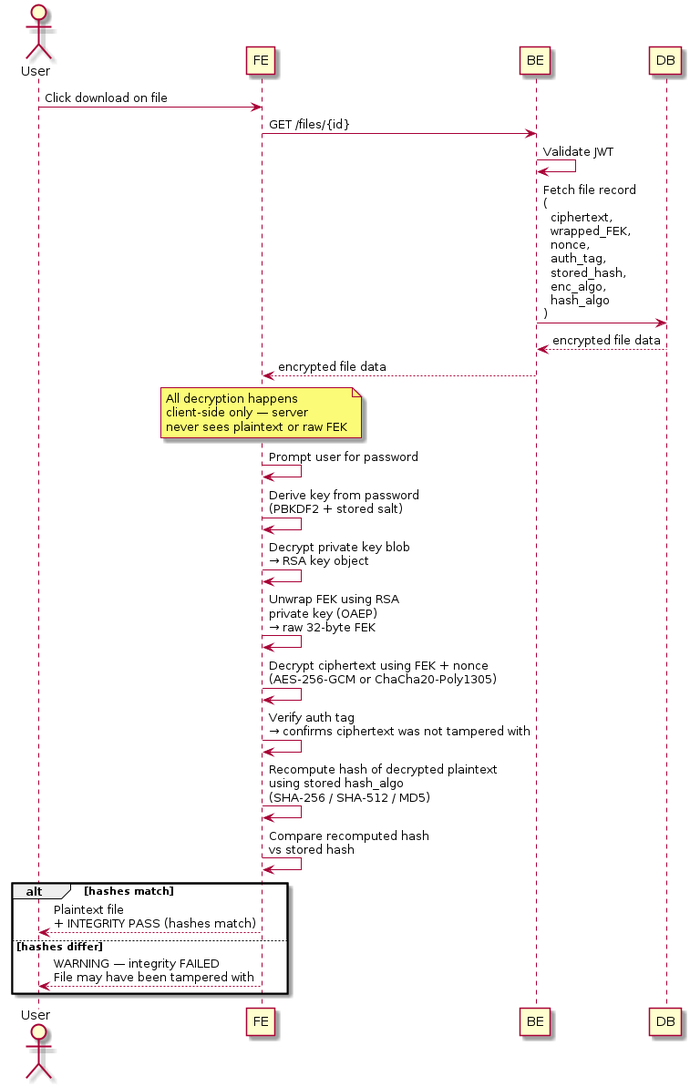
Above: docs/img/us-4-file-download.png in codedsami/SOEN-321-Project (PlantUML), before the change. Its source is kept beside it as docs/plantuml/us-4-file-download.puml.
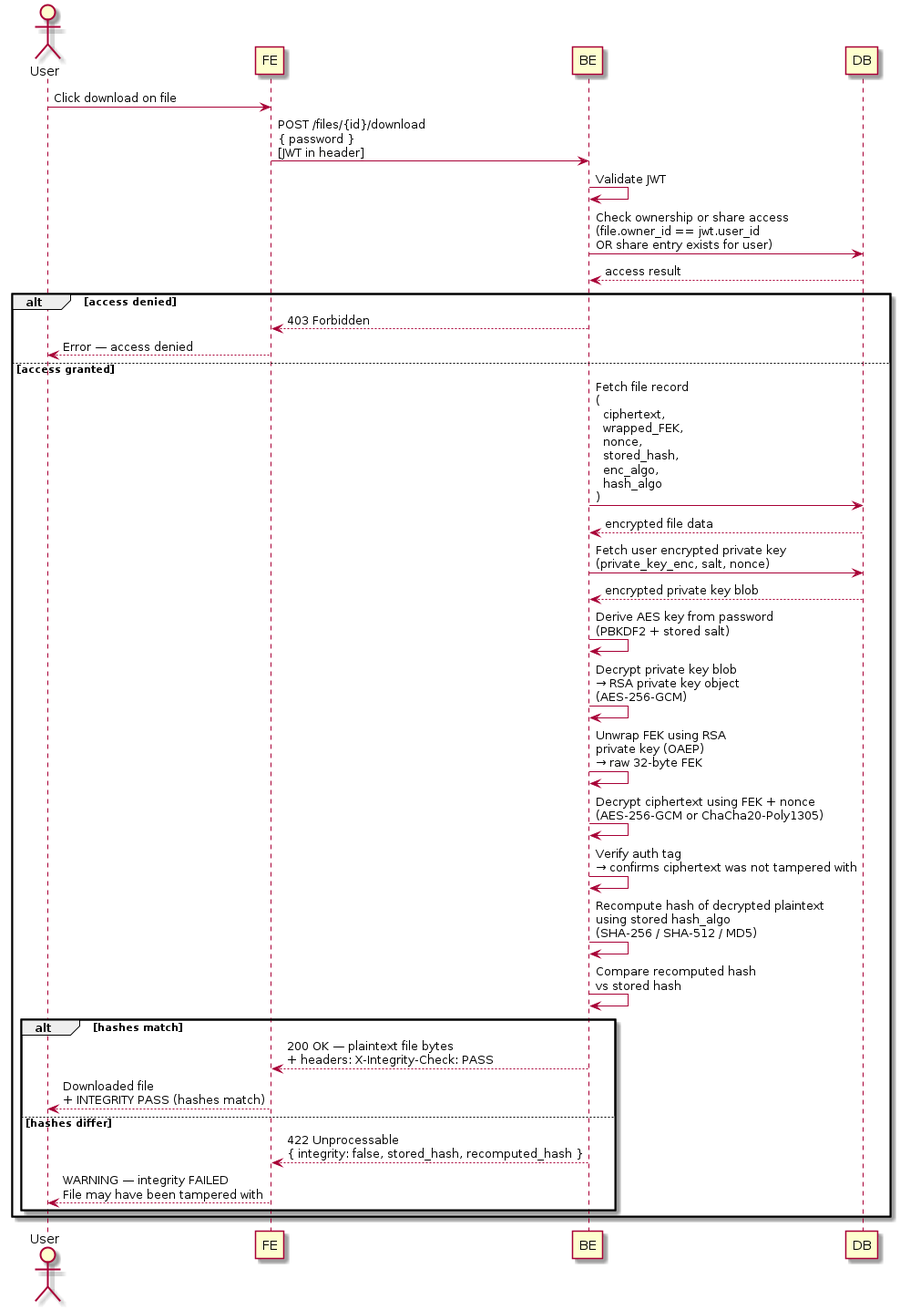
After the commit.

Change to the diagram source:
```diff
@@ -6,27 +6,42 @@
 
 User -> FE : Click download on file
 
-FE -> BE : GET /files/{id}
+FE -> BE : POST /files/{id}/download\n{ password }\n[JWT in header]
+
 BE -> BE : Validate JWT
-BE -> DB : Fetch file record\n(\n  ciphertext,\n  wrapped_FEK,\n  nonce,\n  auth_tag,\n  stored_hash,\n  enc_algo,\n  hash_algo\n)
-DB --> BE : encrypted file data
-BE --> FE : encrypted file data
 
-note over FE : All decryption happens\nclient-side only — server\nnever sees plaintext or raw FEK
+BE -> DB : Check ownership or share access\n(file.owner_id == jwt.user_id\nOR share entry exists for user)
+DB --> BE : access result
 
-FE -> FE : Prompt user for password
-FE -> FE : Derive key from password\n(PBKDF2 + stored salt)
-FE -> FE : Decrypt private key blob\n→ RSA key object
-FE -> FE : Unwrap FEK using RSA\nprivate key (OAEP)\n→ raw 32-byte FEK
-FE -> FE : Decrypt ciphertext using FEK + nonce\n(AES-256-GCM or ChaCha20-Poly1305)
-FE -> FE : Verify auth tag\n→ confirms ciphertext was not tampered with
+alt access denied
+    BE --> FE : 403 Forbidden
+    FE --> User : Error — access denied
+else access granted
 
-FE -> FE : Recompute hash of decrypted plaintext\nusing stored hash_algo\n(SHA-256 / SHA-512 / MD5)
-FE -> FE : Compare recomputed hash\nvs stored hash
+    BE -> DB : Fetch file record\n(\n  ciphertext,\n  wrapped_FEK,\n  nonce,\n  stored_hash,\n  enc_algo,\n  hash_algo\n)
+    DB --> BE : encrypted file data
 
-alt hashes match
-    FE --> User : Plaintext file\n+ INTEGRITY PASS (hashes match)
-else hashes differ
-    FE --> User : WARNING — integrity FAILED\nFile may have been tampered with
+    BE -> DB : Fetch user encrypted private key\n(private_key_enc, salt, nonce)
+    DB --> BE : encrypted private key blob
+
+    BE -> BE : Derive AES key from password\n(PBKDF2 + stored salt)
+    BE -> BE : Decrypt private key blob\n→ RSA private key object\n(AES-256-GCM)
+
+    BE -> BE : Unwrap FEK using RSA\nprivate key (OAEP)\n→ raw 32-byte FEK
+
+    BE -> BE : Decrypt ciphertext using FEK + nonce\n(AES-256-GCM or ChaCha20-Poly1305)
+    BE -> BE : Verify auth tag\n→ confirms ciphertext was not tampered with
+
+    BE -> BE : Recompute hash of decrypted plaintext\nusing stored hash_algo\n(SHA-256 / SHA-512 / MD5)
+    BE -> BE : Compare recomputed hash\nvs stored hash
+
+    alt hashes match
+        BE --> FE : 200 OK — plaintext file bytes\n+ headers: X-Integrity-Check: PASS
+        FE --> User : Downloaded file\n+ INTEGRITY PASS (hashes match)
+    else hashes differ
+        BE --> FE : 422 Unprocessable\n{ integrity: false, stored_hash, recomputed_hash }
+        FE --> User : WARNING — integrity FAILED\nFile may have been tampered with
+    end
+
 end
 @enduml
```
